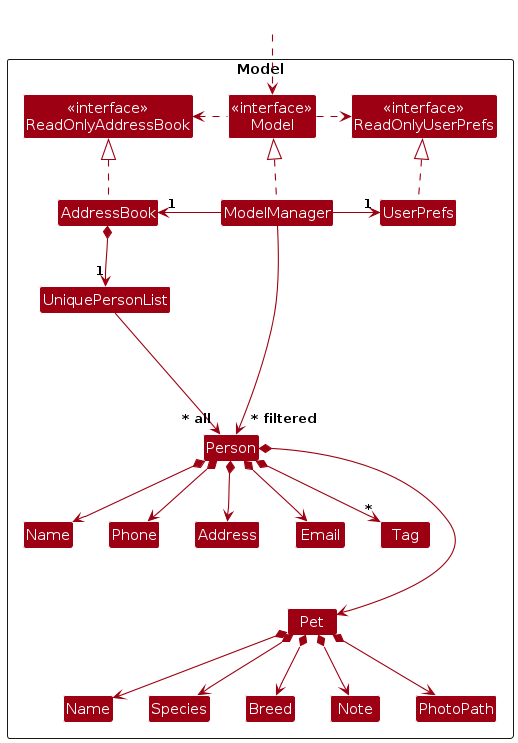
Before: diagrams/ModelClassDiagram.png, a diagram exported from PlantUML (ram-nush/tp). Its source is kept beside it as diagrams/ModelClassDiagram.puml.
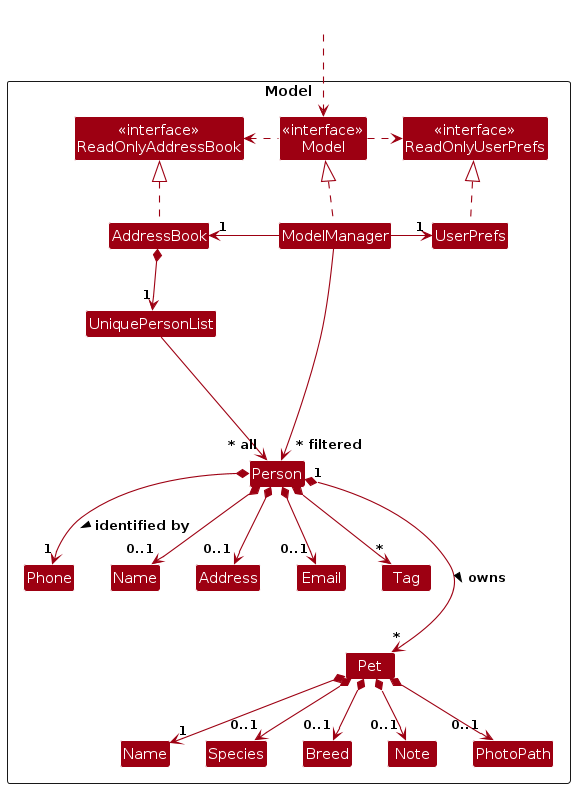
Above is the later version.

The edit, as a diff of the source:
```diff
@@ -43,25 +43,27 @@
 
 AddressBook *--> "1" UniquePersonList
 UniquePersonList --> "~* all" Person
-Person *--> Name
-Person *--> Phone
-Person *--> Email
-Person *--> Address
+
+Person *--> "1" Phone : identified by >
+Person *--> "0..1" Name
+Person *--> "0..1" Email
+Person *--> "0..1" Address
 Person *--> "*" Tag
-Person *---> Pet
+Person "1" *---> "*" Pet : owns >
 
-Pet *--> PetName
-Pet *--> Species
-Pet *--> Breed
-Pet *--> Note
-Pet *--> PhotoPath
+Pet *--> "1" PetName
+Pet *--> "0..1" Species
+Pet *--> "0..1" Breed
+Pet *--> "0..1" Note
+Pet *--> "0..1" PhotoPath
 
 ModelManager --> "~* filtered" Person
 Person -[hidden]up--> I
 UniquePersonList -[hidden]right-> I
 
-Name -[hidden]right-> Phone
-Phone -[hidden]right-> Address
+
+Phone -[hidden]right-> Name
+Name -[hidden]right-> Address
 Address -[hidden]right-> Email
 Email -[hidden]right-> Tag
 
```
